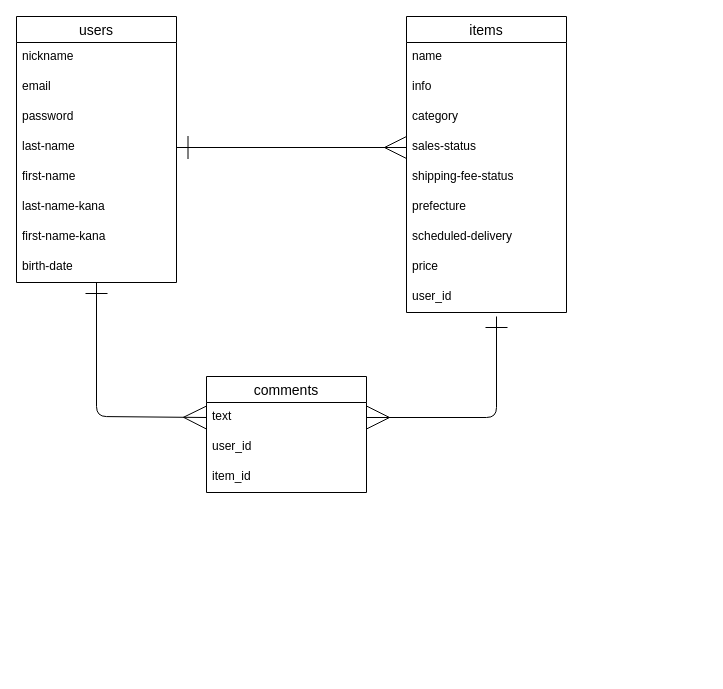
Earlier version of the draw.io diagram ER.dio (itos28p/furima-40167). Source tidied: cells renumbered, new cells numbered last; positions are measured from the earlier drawing's top-left corner, leaving out a move shared by most shapes. Both pictures are drawn from the tidied source at 100%, with x=0, y=0 at pixel (16, 16).
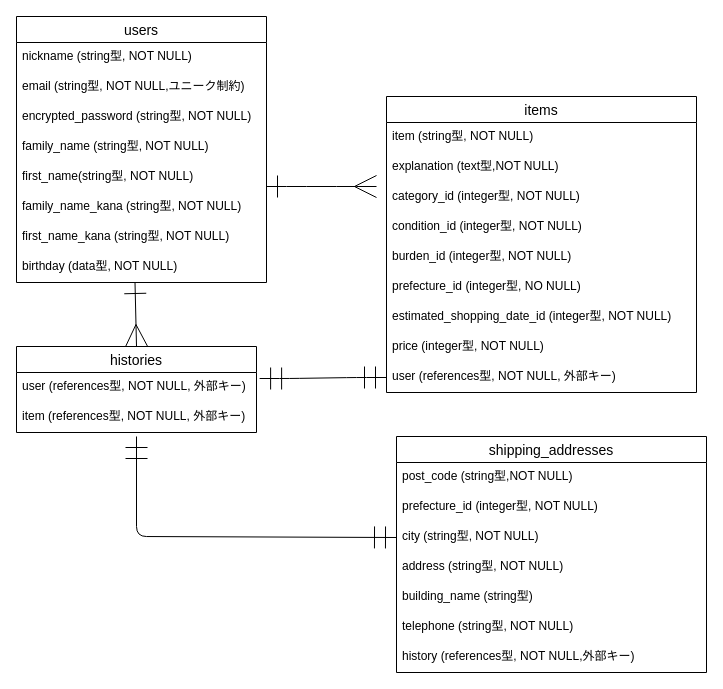
After the change.

Commit message (it also covers changes not shown here):
データベース設計

The edit, as a diff of the source:
```diff
@@
     <mxCell id="2" value="users" style="swimlane;fontStyle=0;horizontal=1;startSize=26;align=center;fontSize=14;" parent="1" vertex="1">
-      <mxGeometry width="160" height="266" as="geometry" />
+      <mxGeometry width="250" height="266" as="geometry" />
     </mxCell>
-    <mxCell id="3" value="nickname" style="text;strokeColor=none;fillColor=none;spacingLeft=4;spacingRight=4;overflow=hidden;fontSize=12;" parent="2" vertex="1">
-      <mxGeometry y="26" width="160" height="30" as="geometry" />
+    <mxCell id="3" value="nickname (string型, NOT NULL)" style="text;strokeColor=none;fillColor=none;spacingLeft=4;spacingRight=4;overflow=hidden;fontSize=12;" parent="2" vertex="1">
+      <mxGeometry y="26" width="250" height="30" as="geometry" />
     </mxCell>
-    <mxCell id="4" value="email" style="text;strokeColor=none;fillColor=none;spacingLeft=4;spacingRight=4;overflow=hidden;points=[[0,0.5],[1,0.5]];portConstraint=eastwest;fontSize=12;" parent="2" vertex="1">
-      <mxGeometry y="56" width="160" height="30" as="geometry" />
+    <mxCell id="4" value="email (string型, NOT NULL,ユニーク制約)" style="text;strokeColor=none;fillColor=none;spacingLeft=4;spacingRight=4;overflow=hidden;points=[[0,0.5],[1,0.5]];portConstraint=eastwest;fontSize=12;" parent="2" vertex="1">
+      <mxGeometry y="56" width="250" height="30" as="geometry" />
     </mxCell>
-    <mxCell id="5" value="password" style="text;strokeColor=none;fillColor=none;spacingLeft=4;spacingRight=4;overflow=hidden;points=[[0,0.5],[1,0.5]];portConstraint=eastwest;fontSize=12;" parent="2" vertex="1">
-      <mxGeometry y="86" width="160" height="30" as="geometry" />
+    <mxCell id="5" value="encrypted_password (string型, NOT NULL)" style="text;strokeColor=none;fillColor=none;spacingLeft=4;spacingRight=4;overflow=hidden;points=[[0,0.5],[1,0.5]];portConstraint=eastwest;fontSize=12;" parent="2" vertex="1">
+      <mxGeometry y="86" width="250" height="30" as="geometry" />
     </mxCell>
-    <mxCell id="6" value="last-name" style="text;strokeColor=none;fillColor=none;spacingLeft=4;spacingRight=4;overflow=hidden;points=[[0,0.5],[1,0.5]];portConstraint=eastwest;fontSize=12;" parent="2" vertex="1">
-      <mxGeometry y="116" width="160" height="30" as="geometry" />
-    </mxCell>
-    <mxCell id="7" value="first-name" style="text;strokeColor=none;fillColor=none;spacingLeft=4;spacingRight=4;overflow=hidden;fontSize=12;" parent="2" vertex="1">
-      <mxGeometry y="146" width="160" height="30" as="geometry" />
-    </mxCell>
-    <mxCell id="8" value="last-name-kana" style="text;strokeColor=none;fillColor=none;spacingLeft=4;spacingRight=4;overflow=hidden;fontSize=12;" parent="2" vertex="1">
-      <mxGeometry y="176" width="160" height="30" as="geometry" />
-    </mxCell>
-    <mxCell id="9" value="first-name-kana" style="text;strokeColor=none;fillColor=none;spacingLeft=4;spacingRight=4;overflow=hidden;points=[[0,0.5],[1,0.5]];portConstraint=eastwest;fontSize=12;" parent="2" vertex="1">
-      <mxGeometry y="206" width="160" height="30" as="geometry" />
-    </mxCell>
-    <mxCell id="10" value="birth-date" style="text;strokeColor=none;fillColor=none;spacingLeft=4;spacingRight=4;overflow=hidden;points=[[0,0.5],[1,0.5]];portConstraint=eastwest;fontSize=12;" parent="2" vertex="1">
-      <mxGeometry y="236" width="160" height="30" as="geometry" />
-    </mxCell>
-    <mxCell id="11" value="items" style="swimlane;fontStyle=0;horizontal=1;startSize=26;align=center;fontSize=14;" parent="1" vertex="1">
-      <mxGeometry x="390" width="160" height="296" as="geometry" />
+    <mxCell id="11" style="edgeStyle=none;html=1;" parent="2" edge="1" source="5" target="4">
+      <mxGeometry relative="1" as="geometry" />
     </mxCell>
-    <mxCell id="12" value="name" style="text;strokeColor=none;fillColor=none;spacingLeft=4;spacingRight=4;overflow=hidden;fontSize=12;" parent="11" vertex="1">
-      <mxGeometry y="26" width="160" height="30" as="geometry" />
+    <mxCell id="12" value="family_name (string型, NOT NULL)" style="text;strokeColor=none;fillColor=none;spacingLeft=4;spacingRight=4;overflow=hidden;fontSize=12;" parent="2" vertex="1">
+      <mxGeometry y="116" width="250" height="30" as="geometry" />
     </mxCell>
-    <mxCell id="13" value="info" style="text;strokeColor=none;fillColor=none;spacingLeft=4;spacingRight=4;overflow=hidden;fontSize=12;" parent="11" vertex="1">
-      <mxGeometry y="56" width="160" height="30" as="geometry" />
+    <mxCell id="13" value="first_name(string型, NOT NULL)" style="text;strokeColor=none;fillColor=none;spacingLeft=4;spacingRight=4;overflow=hidden;fontSize=12;" parent="2" vertex="1">
+      <mxGeometry y="146" width="250" height="30" as="geometry" />
     </mxCell>
+    <mxCell id="15" value="family_name_kana (string型, NOT NULL)" style="text;strokeColor=none;fillColor=none;spacingLeft=4;spacingRight=4;overflow=hidden;points=[[0,0.5],[1,0.5]];portConstraint=eastwest;fontSize=12;" parent="2" vertex="1">
+      <mxGeometry y="176" width="250" height="30" as="geometry" />
+    </mxCell>
+    <mxCell id="6" value="first_name_kana (string型, NOT NULL)" style="text;strokeColor=none;fillColor=none;spacingLeft=4;spacingRight=4;overflow=hidden;points=[[0,0.5],[1,0.5]];portConstraint=eastwest;fontSize=12;" parent="2" vertex="1">
+      <mxGeometry y="206" width="250" height="30" as="geometry" />
+    </mxCell>
+    <mxCell id="9" value="birthday (data型, NOT NULL)" style="text;strokeColor=none;fillColor=none;spacingLeft=4;spacingRight=4;overflow=hidden;points=[[0,0.5],[1,0.5]];portConstraint=eastwest;fontSize=12;" parent="2" vertex="1">
+      <mxGeometry y="236" width="250" height="30" as="geometry" />
+    </mxCell>
+    <mxCell id="7" value="items" style="swimlane;fontStyle=0;horizontal=1;startSize=26;align=center;fontSize=14;" parent="1" vertex="1">
+      <mxGeometry x="370" y="80" width="310" height="296" as="geometry" />
+    </mxCell>
+    <mxCell id="8" value="item (string型, NOT NULL)" style="text;strokeColor=none;fillColor=none;spacingLeft=4;spacingRight=4;overflow=hidden;fontSize=12;" parent="7" vertex="1">
+      <mxGeometry y="26" width="310" height="30" as="geometry" />
+    </mxCell>
+    <mxCell id="10" value="explanation (text型,NOT NULL)" style="text;strokeColor=none;fillColor=none;spacingLeft=4;spacingRight=4;overflow=hidden;points=[[0,0.5],[1,0.5]];portConstraint=eastwest;fontSize=12;" parent="7" vertex="1">
+      <mxGeometry y="56" width="310" height="30" as="geometry" />
+    </mxCell>
-    <mxCell id="14" value="category" style="text;strokeColor=none;fillColor=none;spacingLeft=4;spacingRight=4;overflow=hidden;fontSize=12;" parent="11" vertex="1">
-      <mxGeometry y="86" width="160" height="30" as="geometry" />
+    <mxCell id="14" value="category_id (integer型, NOT NULL)" style="text;strokeColor=none;fillColor=none;spacingLeft=4;spacingRight=4;overflow=hidden;fontSize=12;" parent="7" vertex="1">
+      <mxGeometry y="86" width="310" height="30" as="geometry" />
     </mxCell>
-    <mxCell id="15" value="sales-status" style="text;strokeColor=none;fillColor=none;spacingLeft=4;spacingRight=4;overflow=hidden;points=[[0,0.5],[1,0.5]];portConstraint=eastwest;fontSize=12;" parent="11" vertex="1">
-      <mxGeometry y="116" width="160" height="30" as="geometry" />
-    </mxCell>
+    <mxCell id="28" value="condition_id (integer型, NOT NULL)" style="text;strokeColor=none;fillColor=none;spacingLeft=4;spacingRight=4;overflow=hidden;fontSize=12;" parent="7" vertex="1">
+      <mxGeometry y="116" width="310" height="30" as="geometry" />
+    </mxCell>
-    <mxCell id="16" value="shipping-fee-status" style="text;strokeColor=none;fillColor=none;spacingLeft=4;spacingRight=4;overflow=hidden;fontSize=12;" parent="11" vertex="1">
-      <mxGeometry y="146" width="160" height="30" as="geometry" />
+    <mxCell id="16" value="burden_id (integer型, NOT NULL)" style="text;strokeColor=none;fillColor=none;spacingLeft=4;spacingRight=4;overflow=hidden;fontSize=12;" parent="7" vertex="1">
+      <mxGeometry y="146" width="310" height="30" as="geometry" />
     </mxCell>
-    <mxCell id="17" value="prefecture" style="text;strokeColor=none;fillColor=none;spacingLeft=4;spacingRight=4;overflow=hidden;fontSize=12;" parent="11" vertex="1">
-      <mxGeometry y="176" width="160" height="30" as="geometry" />
+    <mxCell id="17" value="prefecture_id (integer型, NO NULL)" style="text;strokeColor=none;fillColor=none;spacingLeft=4;spacingRight=4;overflow=hidden;fontSize=12;" parent="7" vertex="1">
+      <mxGeometry y="176" width="310" height="30" as="geometry" />
     </mxCell>
-    <mxCell id="18" value="scheduled-delivery" style="text;strokeColor=none;fillColor=none;spacingLeft=4;spacingRight=4;overflow=hidden;fontSize=12;" parent="11" vertex="1">
-      <mxGeometry y="206" width="160" height="30" as="geometry" />
+    <mxCell id="18" value="estimated_shopping_date_id (integer型, NOT NULL)" style="text;strokeColor=none;fillColor=none;spacingLeft=4;spacingRight=4;overflow=hidden;fontSize=12;" parent="7" vertex="1">
+      <mxGeometry y="206" width="310" height="30" as="geometry" />
     </mxCell>
-    <mxCell id="19" value="price&#10;" style="text;strokeColor=none;fillColor=none;spacingLeft=4;spacingRight=4;overflow=hidden;fontSize=12;" parent="11" vertex="1">
-      <mxGeometry y="236" width="160" height="30" as="geometry" />
+    <mxCell id="19" value="price (integer型, NOT NULL)" style="text;strokeColor=none;fillColor=none;spacingLeft=4;spacingRight=4;overflow=hidden;fontSize=12;" parent="7" vertex="1">
+      <mxGeometry y="236" width="310" height="30" as="geometry" />
     </mxCell>
-    <mxCell id="20" value="user_id" style="text;strokeColor=none;fillColor=none;spacingLeft=4;spacingRight=4;overflow=hidden;fontSize=12;" parent="11" vertex="1">
-      <mxGeometry y="266" width="160" height="30" as="geometry" />
-    </mxCell>
+    <mxCell id="29" value="user (references型, NOT NULL, 外部キー)" style="text;strokeColor=none;fillColor=none;spacingLeft=4;spacingRight=4;overflow=hidden;points=[[0,0.5],[1,0.5]];portConstraint=eastwest;fontSize=12;" parent="7" vertex="1">
+      <mxGeometry y="266" width="310" height="30" as="geometry" />
+    </mxCell>
-    <mxCell id="21" style="edgeStyle=none;html=1;exitX=1;exitY=0.5;exitDx=0;exitDy=0;entryX=0;entryY=0.5;entryDx=0;entryDy=0;endArrow=ERmany;endFill=0;startArrow=ERone;startFill=0;endSize=20;startSize=21;" parent="1" edge="1" source="6" target="15">
-      <mxGeometry relative="1" as="geometry" />
+    <mxCell id="21" value="histories" style="swimlane;fontStyle=0;horizontal=1;startSize=26;align=center;fontSize=14;" parent="1" vertex="1">
+      <mxGeometry y="330" width="240" height="86" as="geometry" />
     </mxCell>
-    <mxCell id="22" value="comments" style="swimlane;fontStyle=0;horizontal=1;startSize=26;align=center;fontSize=14;" parent="1" vertex="1">
-      <mxGeometry x="190" y="360" width="160" height="116" as="geometry" />
+    <mxCell id="22" value="user (references型, NOT NULL, 外部キー)" style="text;strokeColor=none;fillColor=none;spacingLeft=4;spacingRight=4;overflow=hidden;points=[[0,0.5],[1,0.5]];portConstraint=eastwest;fontSize=12;" parent="21" vertex="1">
+      <mxGeometry y="26" width="240" height="30" as="geometry" />
     </mxCell>
-    <mxCell id="23" value="text" style="text;strokeColor=none;fillColor=none;spacingLeft=4;spacingRight=4;overflow=hidden;points=[[0,0.5],[1,0.5]];portConstraint=eastwest;fontSize=12;" parent="22" vertex="1">
-      <mxGeometry y="26" width="160" height="30" as="geometry" />
+    <mxCell id="23" value="item (references型, NOT NULL, 外部キー)" style="text;strokeColor=none;fillColor=none;spacingLeft=4;spacingRight=4;overflow=hidden;points=[[0,0.5],[1,0.5]];portConstraint=eastwest;fontSize=12;" parent="21" vertex="1">
+      <mxGeometry y="56" width="240" height="30" as="geometry" />
     </mxCell>
-    <mxCell id="24" value="user_id" style="text;strokeColor=none;fillColor=none;spacingLeft=4;spacingRight=4;overflow=hidden;fontSize=12;" parent="22" vertex="1">
-      <mxGeometry y="56" width="160" height="30" as="geometry" />
+    <mxCell id="24" value="shipping_addresses" style="swimlane;fontStyle=0;horizontal=1;startSize=26;align=center;fontSize=14;" parent="1" vertex="1">
+      <mxGeometry x="380" y="420" width="310" height="236" as="geometry" />
     </mxCell>
-    <mxCell id="25" value="item_id" style="text;strokeColor=none;fillColor=none;spacingLeft=4;spacingRight=4;overflow=hidden;fontSize=12;" parent="22" vertex="1">
-      <mxGeometry y="86" width="160" height="30" as="geometry" />
+    <mxCell id="25" value="post_code (string型,NOT NULL)" style="text;strokeColor=none;fillColor=none;spacingLeft=4;spacingRight=4;overflow=hidden;fontSize=12;" parent="24" vertex="1">
+      <mxGeometry y="26" width="310" height="30" as="geometry" />
     </mxCell>
+    <mxCell id="20" value="prefecture_id (integer型, NOT NULL)" style="text;strokeColor=none;fillColor=none;spacingLeft=4;spacingRight=4;overflow=hidden;fontSize=12;" parent="24" vertex="1">
+      <mxGeometry y="56" width="310" height="30" as="geometry" />
+    </mxCell>
+    <mxCell id="30" value="city (string型, NOT NULL)" style="text;strokeColor=none;fillColor=none;spacingLeft=4;spacingRight=4;overflow=hidden;points=[[0,0.5],[1,0.5]];portConstraint=eastwest;fontSize=12;" parent="24" vertex="1">
+      <mxGeometry y="86" width="310" height="30" as="geometry" />
+    </mxCell>
-    <mxCell id="26" style="edgeStyle=none;html=1;exitX=1;exitY=0.5;exitDx=0;exitDy=0;startArrow=ERmany;startFill=0;endArrow=ERone;endFill=0;startSize=21;endSize=20;" parent="1" edge="1" source="23">
-      <mxGeometry relative="1" as="geometry">
-        <mxPoint x="480" y="300" as="targetPoint" />
-        <Array as="points">
-          <mxPoint x="480" y="401" />
-        </Array>
-      </mxGeometry>
+    <mxCell id="26" value="address (string型, NOT NULL)" style="text;strokeColor=none;fillColor=none;spacingLeft=4;spacingRight=4;overflow=hidden;fontSize=12;" parent="24" vertex="1">
+      <mxGeometry y="116" width="310" height="30" as="geometry" />
     </mxCell>
-    <mxCell id="27" style="edgeStyle=none;html=1;exitX=0;exitY=0.5;exitDx=0;exitDy=0;startArrow=ERmany;startFill=0;endArrow=ERone;endFill=0;startSize=21;endSize=20;" parent="1" edge="1" source="23" target="10">
-      <mxGeometry relative="1" as="geometry">
-        <Array as="points">
-          <mxPoint x="80" y="400" />
-        </Array>
-      </mxGeometry>
+    <mxCell id="27" value="building_name (string型)" style="text;strokeColor=none;fillColor=none;spacingLeft=4;spacingRight=4;overflow=hidden;fontSize=12;" parent="24" vertex="1">
+      <mxGeometry y="146" width="310" height="30" as="geometry" />
     </mxCell>
+    <mxCell id="31" value="telephone (string型, NOT NULL)" style="text;strokeColor=none;fillColor=none;spacingLeft=4;spacingRight=4;overflow=hidden;fontSize=12;" parent="24" vertex="1">
+      <mxGeometry y="176" width="310" height="30" as="geometry" />
+    </mxCell>
+    <mxCell id="32" value="history (references型, NOT NULL,外部キー)" style="text;strokeColor=none;fillColor=none;spacingLeft=4;spacingRight=4;overflow=hidden;fontSize=12;" parent="24" vertex="1">
+      <mxGeometry y="206" width="310" height="30" as="geometry" />
+    </mxCell>
+    <mxCell id="33" style="fontSize=12;html=1;endArrow=ERmany;startArrow=ERone;entryX=0.5;entryY=0;entryDx=0;entryDy=0;exitX=0.474;exitY=1;exitDx=0;exitDy=0;exitPerimeter=0;startFill=0;endFill=0;endSize=20;startSize=20;" parent="1" edge="1" source="9" target="21">
+      <mxGeometry relative="1" as="geometry" />
+    </mxCell>
+    <mxCell id="34" style="edgeStyle=entityRelationEdgeStyle;fontSize=12;html=1;endArrow=ERmany;startArrow=ERone;endSize=20;startSize=20;startFill=0;endFill=0;" parent="1" edge="1">
+      <mxGeometry relative="1" as="geometry">
+        <mxPoint x="250" y="170" as="sourcePoint" />
+        <mxPoint x="360" y="170" as="targetPoint" />
+      </mxGeometry>
+    </mxCell>
+    <mxCell id="35" style="edgeStyle=entityRelationEdgeStyle;fontSize=12;html=1;endArrow=ERmandOne;startArrow=ERmandOne;entryX=0;entryY=0.5;entryDx=0;entryDy=0;exitX=1.013;exitY=0.2;exitDx=0;exitDy=0;exitPerimeter=0;startFill=0;endFill=0;endSize=20;startSize=20;" parent="1" edge="1" source="22" target="29">
+      <mxGeometry relative="1" as="geometry" />
+    </mxCell>
+    <mxCell id="36" style="endArrow=ERmandOne;html=1;entryX=0;entryY=0.5;entryDx=0;entryDy=0;startArrow=ERmandOne;startFill=0;endFill=0;endSize=20;startSize=20;" parent="1" edge="1" target="30">
+      <mxGeometry relative="1" as="geometry">
+        <mxPoint x="120" y="420" as="sourcePoint" />
+        <Array as="points">
+          <mxPoint x="120" y="520" />
+        </Array>
+      </mxGeometry>
+    </mxCell>
```
